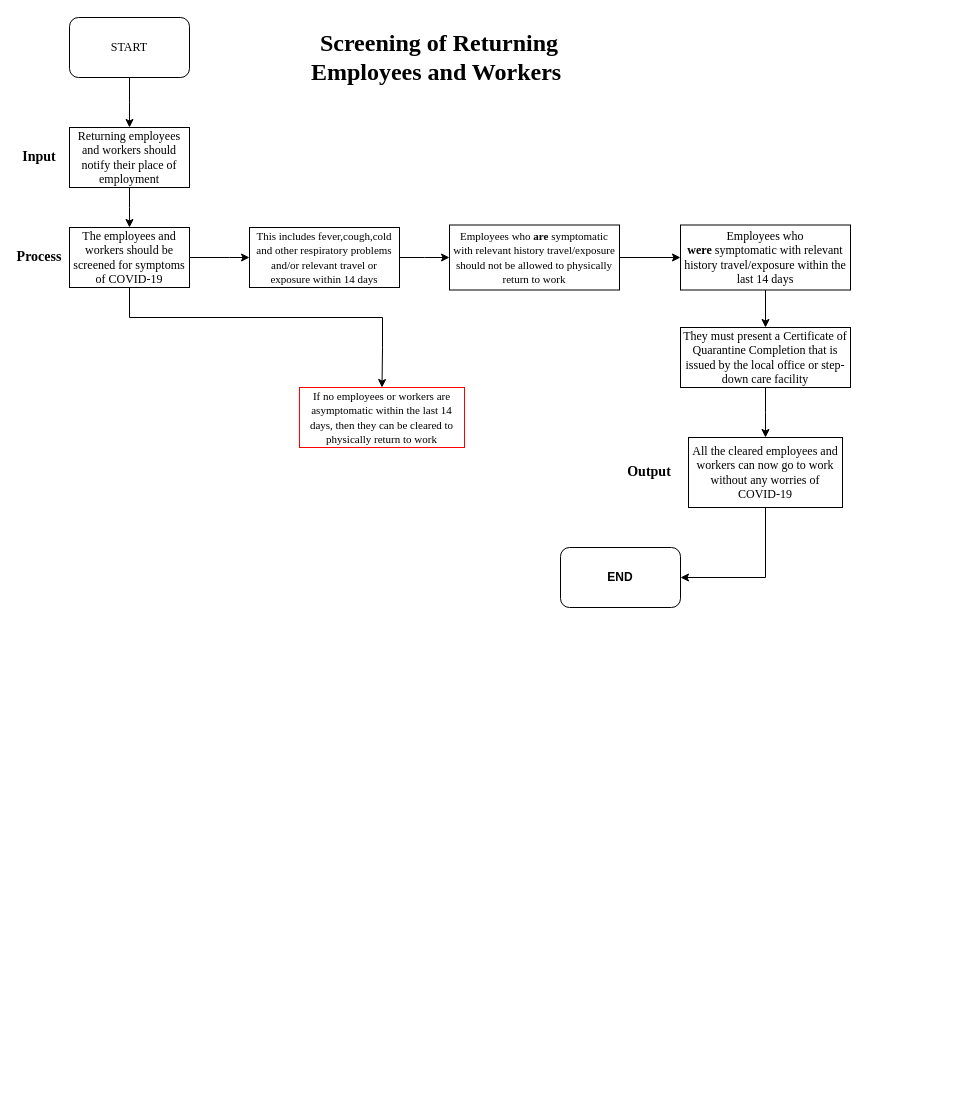
This is BPDM - QUIZ 2.drawio from garett09/SourceCodes, a draw.io file, before an edit. Source tidied: cells renumbered, new cells numbered last; positions are measured from the earlier drawing's top-left corner, leaving out a move shared by most shapes. Both pictures are drawn from the tidied source at 100%, with x=0, y=0 at pixel (19, 17).
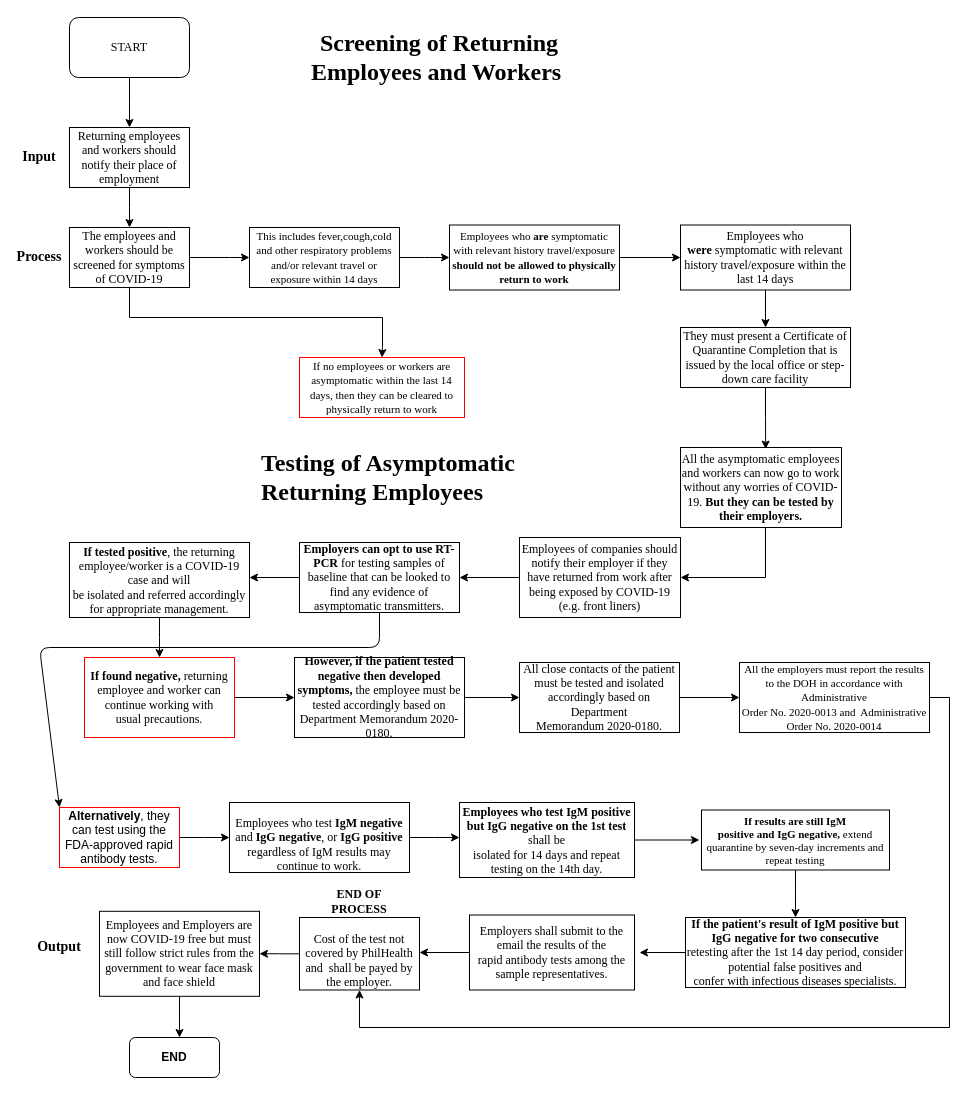
Above is the later version.

Unchanged cells that the change refers to:
```xml
<mxCell id="19" value="&lt;font face=&quot;Times New Roman&quot;&gt;They must present a Certificate of Quarantine Completion that is issued by the local office or step-down care facility&lt;/font&gt;" style="rounded=0;whiteSpace=wrap;html=1;" parent="1" vertex="1">
  <mxGeometry x="661" y="310" width="170" height="60" as="geometry" />
</mxCell>
```

What changed in the source:
```diff
@@
-    <mxCell id="14" value="&lt;font face=&quot;Times New Roman&quot; style=&quot;font-size: 11px&quot;&gt;Employees who &lt;b&gt;are &lt;/b&gt;symptomatic with relevant history travel/exposure should not be allowed to physically return to work&lt;/font&gt;" style="rounded=0;whiteSpace=wrap;html=1;" parent="1" vertex="1">
+    <mxCell id="14" value="&lt;font face=&quot;Times New Roman&quot; style=&quot;font-size: 11px&quot;&gt;Employees who &lt;b&gt;are &lt;/b&gt;symptomatic with relevant history travel/exposure &lt;b&gt;should not be allowed to physically return to work&lt;/b&gt;&lt;/font&gt;" style="rounded=0;whiteSpace=wrap;html=1;" parent="1" vertex="1">
       <mxGeometry x="430" y="207.5" width="170" height="65" as="geometry" />
     </mxCell>
     <mxCell id="15" value="&lt;font face=&quot;Times New Roman&quot;&gt;&lt;span style=&quot;font-size: 11px&quot;&gt;If no employees or workers are asymptomatic within the last 14 days, then they can be cleared to physically&amp;nbsp;return to work&lt;/span&gt;&lt;/font&gt;" style="rounded=0;whiteSpace=wrap;html=1;strokeColor=#FF0000;" parent="1" vertex="1">
-      <mxGeometry x="280" y="370" width="165" height="60" as="geometry" />
+      <mxGeometry x="280" y="340" width="165" height="60" as="geometry" />
     </mxCell>
@@
-    <mxCell id="18" style="edgeStyle=orthogonalEdgeStyle;rounded=0;jettySize=auto;html=1;" parent="1" edge="1" source="19">
-      <mxGeometry relative="1" as="geometry">
-        <mxPoint x="746" y="420" as="targetPoint" />
-      </mxGeometry>
+    <mxCell id="18" style="edgeStyle=orthogonalEdgeStyle;rounded=0;jettySize=auto;html=1;entryX=0.529;entryY=0.02;entryDx=0;entryDy=0;entryPerimeter=0;" parent="1" edge="1" source="19" target="21">
+      <mxGeometry relative="1" as="geometry" />
     </mxCell>
@@
-    <mxCell id="20" style="edgeStyle=orthogonalEdgeStyle;rounded=0;jettySize=auto;html=1;entryX=1;entryY=0.5;entryDx=0;entryDy=0;exitX=0.5;exitY=1;exitDx=0;exitDy=0;" parent="1" edge="1" source="21" target="24">
+    <mxCell id="20" style="edgeStyle=orthogonalEdgeStyle;rounded=0;jettySize=auto;html=1;entryX=1;entryY=0.5;entryDx=0;entryDy=0;exitX=0.5;exitY=1;exitDx=0;exitDy=0;" parent="1" edge="1" source="21">
       <mxGeometry relative="1" as="geometry">
+        <mxPoint x="661" y="560" as="targetPoint" />
         <Array as="points">
           <mxPoint x="746" y="560" />
         </Array>
       </mxGeometry>
     </mxCell>
-    <mxCell id="21" value="&lt;font face=&quot;Times New Roman&quot;&gt;All the cleared employees and workers can now go to work without any worries of COVID-19&lt;/font&gt;" style="rounded=0;whiteSpace=wrap;html=1;strokeColor=#000000;" parent="1" vertex="1">
-      <mxGeometry x="669" y="420" width="154" height="70" as="geometry" />
+    <mxCell id="21" value="&lt;font face=&quot;Times New Roman&quot;&gt;All the asymptomatic employees and workers can now go to work without any worries of COVID-19. &lt;b&gt;But they can be tested by their employers.&lt;/b&gt;&lt;/font&gt;" style="rounded=0;whiteSpace=wrap;html=1;strokeColor=#000000;" parent="1" vertex="1">
+      <mxGeometry x="661" y="430" width="161" height="80" as="geometry" />
     </mxCell>
+    <mxCell id="23" value="&lt;font face=&quot;Times New Roman&quot; style=&quot;font-size: 24px&quot;&gt;&lt;b&gt;Screening of Returning Employees and Workers&amp;nbsp;&lt;/b&gt;&lt;/font&gt;" style="text;html=1;strokeColor=none;fillColor=none;align=center;verticalAlign=middle;whiteSpace=wrap;rounded=0;" parent="1" vertex="1">
+      <mxGeometry x="280" y="10" width="280" height="60" as="geometry" />
+    </mxCell>
+    <mxCell id="25" style="edgeStyle=orthogonalEdgeStyle;rounded=0;jettySize=auto;html=1;" parent="1" edge="1" source="26">
+      <mxGeometry relative="1" as="geometry">
+        <mxPoint x="440" y="560" as="targetPoint" />
+      </mxGeometry>
+    </mxCell>
+    <mxCell id="26" value="&lt;div&gt;&lt;font face=&quot;Times New Roman&quot;&gt;Employees of companies should notify their employer if they have returned from work after being exposed by COVID-19 (e.g. front liners)&lt;/font&gt;&lt;/div&gt;" style="rounded=0;whiteSpace=wrap;html=1;" parent="1" vertex="1">
+      <mxGeometry x="500" y="520" width="161" height="80" as="geometry" />
+    </mxCell>
+    <mxCell id="27" style="edgeStyle=orthogonalEdgeStyle;rounded=0;jettySize=auto;html=1;" parent="1" edge="1" source="28">
+      <mxGeometry relative="1" as="geometry">
+        <mxPoint x="230" y="560" as="targetPoint" />
+      </mxGeometry>
+    </mxCell>
+    <mxCell id="28" value="&lt;font face=&quot;Times New Roman&quot;&gt;&lt;b&gt;Employers can opt to use RT-PCR&lt;/b&gt; for testing samples of baseline that can be looked to find any evidence of asymptomatic transmitters.&lt;/font&gt;" style="rounded=0;whiteSpace=wrap;html=1;" parent="1" vertex="1">
+      <mxGeometry x="280" y="525" width="160" height="70" as="geometry" />
+    </mxCell>
+    <mxCell id="29" style="edgeStyle=orthogonalEdgeStyle;rounded=0;jettySize=auto;html=1;" parent="1" edge="1" source="30">
+      <mxGeometry relative="1" as="geometry">
+        <mxPoint x="140" y="640" as="targetPoint" />
+      </mxGeometry>
+    </mxCell>
+    <mxCell id="30" value="&lt;font face=&quot;Times New Roman&quot;&gt;&lt;b&gt;If tested positive&lt;/b&gt;, the returning employee/worker is a COVID-19 case and will&lt;br&gt;be isolated and referred accordingly for appropriate management.&lt;/font&gt;" style="rounded=0;whiteSpace=wrap;html=1;" parent="1" vertex="1">
+      <mxGeometry x="50" y="525" width="180" height="75" as="geometry" />
+    </mxCell>
+    <mxCell id="31" value="&lt;span id=&quot;docs-internal-guid-5534675c-7fff-ef3a-bbd4-9b47796d8a71&quot;&gt;&lt;p dir=&quot;ltr&quot; style=&quot;line-height: 1.2 ; margin-top: 0pt ; margin-bottom: 0pt&quot;&gt;&lt;span style=&quot;font-family: &amp;#34;times new roman&amp;#34; ; background-color: transparent ; font-weight: 700 ; vertical-align: baseline&quot;&gt;&lt;font style=&quot;font-size: 24px&quot;&gt;Testing of Asymptomatic Returning Employees&lt;/font&gt;&lt;/span&gt;&lt;/p&gt;&lt;div&gt;&lt;span style=&quot;font-size: 12pt ; font-family: &amp;#34;times new roman&amp;#34; ; background-color: transparent ; font-weight: 700 ; vertical-align: baseline&quot;&gt;&lt;br&gt;&lt;/span&gt;&lt;/div&gt;&lt;/span&gt;" style="text;whiteSpace=wrap;html=1;" parent="1" vertex="1">
+      <mxGeometry x="240" y="425" width="305" height="30" as="geometry" />
+    </mxCell>
+    <mxCell id="32" style="edgeStyle=orthogonalEdgeStyle;rounded=0;jettySize=auto;html=1;" parent="1" edge="1" source="33">
+      <mxGeometry relative="1" as="geometry">
+        <mxPoint x="210" y="820" as="targetPoint" />
+      </mxGeometry>
+    </mxCell>
+    <mxCell id="33" value="&lt;b&gt;Alternatively&lt;/b&gt;, they can test using the FDA-approved rapid antibody tests." style="rounded=0;whiteSpace=wrap;html=1;strokeColor=#FF0000;" parent="1" vertex="1">
+      <mxGeometry x="40" y="790" width="120" height="60" as="geometry" />
+    </mxCell>
+    <mxCell id="34" style="edgeStyle=orthogonalEdgeStyle;rounded=0;jettySize=auto;html=1;entryX=0;entryY=0.5;entryDx=0;entryDy=0;" parent="1" edge="1" source="35" target="37">
+      <mxGeometry relative="1" as="geometry" />
+    </mxCell>
+    <mxCell id="35" value="&lt;font face=&quot;Times New Roman&quot;&gt;&lt;b&gt;If found negative,&lt;/b&gt; returning employee and worker can continue working with&lt;br&gt;usual precautions.&lt;/font&gt;" style="rounded=0;whiteSpace=wrap;html=1;strokeColor=#FF0000;" parent="1" vertex="1">
+      <mxGeometry x="65" y="640" width="150" height="80" as="geometry" />
+    </mxCell>
+    <mxCell id="36" style="edgeStyle=orthogonalEdgeStyle;rounded=0;jettySize=auto;html=1;entryX=0;entryY=0.5;entryDx=0;entryDy=0;" parent="1" edge="1" source="37" target="39">
+      <mxGeometry relative="1" as="geometry" />
+    </mxCell>
+    <mxCell id="37" value="&lt;font face=&quot;Times New Roman&quot;&gt;&lt;b&gt;However, if the patient tested negative then developed symptoms,&lt;/b&gt;&amp;nbsp;the employee must be&lt;br&gt;tested accordingly based on Department Memorandum 2020-0180.&lt;/font&gt;" style="rounded=0;whiteSpace=wrap;html=1;" parent="1" vertex="1">
+      <mxGeometry x="275" y="640" width="170" height="80" as="geometry" />
+    </mxCell>
+    <mxCell id="38" style="edgeStyle=orthogonalEdgeStyle;rounded=0;jettySize=auto;html=1;entryX=0;entryY=0.5;entryDx=0;entryDy=0;" parent="1" edge="1" source="39" target="41">
+      <mxGeometry relative="1" as="geometry" />
+    </mxCell>
+    <mxCell id="39" value="&lt;font face=&quot;Times New Roman&quot;&gt;All close contacts of the patient must be tested and isolated accordingly&amp;nbsp;based on Department&lt;br/&gt;Memorandum 2020-0180.&lt;/font&gt;" style="rounded=0;whiteSpace=wrap;html=1;" parent="1" vertex="1">
+      <mxGeometry x="500" y="645" width="160" height="70" as="geometry" />
+    </mxCell>
+    <mxCell id="40" style="edgeStyle=orthogonalEdgeStyle;rounded=0;jettySize=auto;html=1;exitX=1;exitY=0.5;exitDx=0;exitDy=0;" parent="1" edge="1" source="41" target="54">
+      <mxGeometry relative="1" as="geometry">
+        <Array as="points">
+          <mxPoint x="930" y="680" />
+          <mxPoint x="930" y="1010" />
+          <mxPoint x="340" y="1010" />
+        </Array>
+      </mxGeometry>
+    </mxCell>
+    <mxCell id="41" value="&lt;font style=&quot;font-size: 11px&quot; face=&quot;Times New Roman&quot;&gt;All the employers must report the results to the DOH&amp;nbsp;in accordance with Administrative&lt;br&gt;Order No. 2020-0013 and&amp;nbsp; Administrative Order No. 2020-0014&lt;/font&gt;" style="rounded=0;whiteSpace=wrap;html=1;align=center;" parent="1" vertex="1">
+      <mxGeometry x="720" y="645" width="190" height="70" as="geometry" />
+    </mxCell>
+    <mxCell id="42" style="endArrow=classic;html=1;exitX=0.5;exitY=1;exitDx=0;exitDy=0;entryX=0;entryY=0;entryDx=0;entryDy=0;" parent="1" edge="1" source="28" target="33">
+      <mxGeometry relative="1" as="geometry">
+        <Array as="points">
+          <mxPoint x="360" y="630" />
+          <mxPoint x="20" y="630" />
+        </Array>
+      </mxGeometry>
+    </mxCell>
+    <mxCell id="43" style="edgeStyle=orthogonalEdgeStyle;rounded=0;jettySize=auto;html=1;" parent="1" edge="1" source="44">
+      <mxGeometry relative="1" as="geometry">
+        <mxPoint x="440" y="820" as="targetPoint" />
+      </mxGeometry>
+    </mxCell>
+    <mxCell id="44" value="&lt;font face=&quot;Times New Roman&quot; style=&quot;font-size: 12px&quot;&gt;&lt;br&gt;&lt;br&gt;Employees who test &lt;b&gt;IgM negative&lt;/b&gt; and &lt;b&gt;IgG negative&lt;/b&gt;, or &lt;b&gt;IgG positive&lt;/b&gt;&lt;br&gt;regardless of IgM results may continue to work.&lt;br&gt;&lt;br&gt;&lt;/font&gt;" style="rounded=0;whiteSpace=wrap;html=1;" parent="1" vertex="1">
+      <mxGeometry x="210" y="785" width="180" height="70" as="geometry" />
+    </mxCell>
+    <mxCell id="45" style="edgeStyle=orthogonalEdgeStyle;rounded=0;jettySize=auto;html=1;" parent="1" edge="1" source="46">
+      <mxGeometry relative="1" as="geometry">
+        <mxPoint x="680" y="822.5" as="targetPoint" />
+      </mxGeometry>
+    </mxCell>
+    <mxCell id="46" value="&lt;font face=&quot;Times New Roman&quot;&gt;&lt;b&gt;Employees who test IgM positive but IgG negative on the 1st test &lt;/b&gt;shall be&lt;br&gt;isolated for 14 days and repeat testing on the 14th day.&lt;/font&gt;" style="rounded=0;whiteSpace=wrap;html=1;strokeColor=#000000;" parent="1" vertex="1">
+      <mxGeometry x="440" y="785" width="175" height="75" as="geometry" />
+    </mxCell>
+    <mxCell id="47" style="edgeStyle=orthogonalEdgeStyle;rounded=0;jettySize=auto;html=1;" parent="1" edge="1" source="48">
+      <mxGeometry relative="1" as="geometry">
+        <mxPoint x="776" y="900" as="targetPoint" />
+      </mxGeometry>
+    </mxCell>
+    <mxCell id="48" value="&lt;div&gt;&lt;b&gt;&lt;span style=&quot;font-size: 11px ; font-family: &amp;#34;times new roman&amp;#34;&quot;&gt;If results are still IgM&lt;/span&gt;&lt;br&gt;&lt;/b&gt;&lt;/div&gt;&lt;font face=&quot;Times New Roman&quot;&gt;&lt;font style=&quot;font-size: 11px&quot;&gt;&lt;div&gt;&lt;b&gt;positive and IgG negative,&lt;/b&gt; extend quarantine by seven-day increments and&lt;/div&gt;&lt;div&gt;&lt;span&gt;repeat testing&lt;/span&gt;&lt;/div&gt;&lt;/font&gt;&lt;/font&gt;" style="rounded=0;whiteSpace=wrap;html=1;strokeColor=#000000;align=center;" parent="1" vertex="1">
+      <mxGeometry x="682" y="792.5" width="188" height="60" as="geometry" />
+    </mxCell>
+    <mxCell id="49" style="edgeStyle=orthogonalEdgeStyle;rounded=0;jettySize=auto;html=1;" parent="1" edge="1" source="50">
+      <mxGeometry relative="1" as="geometry">
+        <mxPoint x="620" y="935" as="targetPoint" />
+      </mxGeometry>
+    </mxCell>
+    <mxCell id="50" value="&lt;font face=&quot;Times New Roman&quot;&gt;&lt;b&gt;If the patient's&amp;nbsp;result of IgM positive but IgG negative for two consecutive&lt;/b&gt;&lt;br&gt;retesting&amp;nbsp;after the 1st 14 day period, consider potential false positives and&lt;br&gt;confer with infectious diseases specialists.&lt;/font&gt;" style="rounded=0;whiteSpace=wrap;html=1;strokeColor=#000000;" parent="1" vertex="1">
+      <mxGeometry x="666" y="900" width="220" height="70" as="geometry" />
+    </mxCell>
+    <mxCell id="51" style="edgeStyle=orthogonalEdgeStyle;rounded=0;jettySize=auto;html=1;" parent="1" edge="1" source="52">
+      <mxGeometry relative="1" as="geometry">
+        <mxPoint x="400" y="935" as="targetPoint" />
+      </mxGeometry>
+    </mxCell>
+    <mxCell id="52" value="&lt;font face=&quot;Times New Roman&quot;&gt;Employers shall submit to the email the results of the&lt;br&gt;rapid antibody tests&amp;nbsp;among the sample representatives.&lt;/font&gt;" style="rounded=0;whiteSpace=wrap;html=1;strokeColor=#000000;" parent="1" vertex="1">
+      <mxGeometry x="450" y="897.5" width="165" height="75" as="geometry" />
+    </mxCell>
+    <mxCell id="53" style="edgeStyle=orthogonalEdgeStyle;rounded=0;jettySize=auto;html=1;" parent="1" edge="1" source="54">
+      <mxGeometry relative="1" as="geometry">
+        <mxPoint x="240" y="936.2" as="targetPoint" />
+      </mxGeometry>
+    </mxCell>
+    <mxCell id="54" value="&lt;font face=&quot;Times New Roman&quot;&gt;&lt;br&gt;&lt;br&gt;Cost of the test not covered by PhilHealth and&amp;nbsp; shall be payed by the employer.&lt;br&gt;&lt;br&gt;&lt;/font&gt;" style="rounded=0;whiteSpace=wrap;html=1;strokeColor=#000000;" parent="1" vertex="1">
+      <mxGeometry x="280" y="900" width="120" height="72.5" as="geometry" />
+    </mxCell>
+    <mxCell id="55" style="edgeStyle=orthogonalEdgeStyle;rounded=0;jettySize=auto;html=1;" parent="1" edge="1" source="56">
+      <mxGeometry relative="1" as="geometry">
+        <mxPoint x="160" y="1020" as="targetPoint" />
+      </mxGeometry>
+    </mxCell>
+    <mxCell id="56" value="&lt;font face=&quot;Times New Roman&quot;&gt;Employees and Employers are now COVID-19 free but must still follow strict rules from the government to wear face mask and face shield&lt;/font&gt;" style="rounded=0;whiteSpace=wrap;html=1;strokeColor=#000000;" parent="1" vertex="1">
+      <mxGeometry x="80" y="893.8" width="160" height="85" as="geometry" />
+    </mxCell>
     <mxCell id="22" value="&lt;font face=&quot;Times New Roman&quot; style=&quot;font-size: 14px&quot;&gt;Output&lt;/font&gt;" style="text;html=1;strokeColor=none;fillColor=none;align=center;verticalAlign=middle;whiteSpace=wrap;rounded=0;fontStyle=1;" parent="1" vertex="1">
-      <mxGeometry x="610" y="445" width="40" height="20" as="geometry" />
+      <mxGeometry x="20" y="920" width="40" height="20" as="geometry" />
     </mxCell>
-    <mxCell id="23" value="&lt;font face=&quot;Times New Roman&quot; style=&quot;font-size: 24px&quot;&gt;&lt;b&gt;Screening of Returning Employees and Workers&amp;nbsp;&lt;/b&gt;&lt;/font&gt;" style="text;html=1;strokeColor=none;fillColor=none;align=center;verticalAlign=middle;whiteSpace=wrap;rounded=0;" parent="1" vertex="1">
-      <mxGeometry x="280" y="10" width="280" height="60" as="geometry" />
-    </mxCell>
     <mxCell id="24" value="&lt;b&gt;END&lt;/b&gt;" style="rounded=1;whiteSpace=wrap;html=1;strokeColor=#000000;" parent="1" vertex="1">
-      <mxGeometry x="541" y="530" width="120" height="60" as="geometry" />
+      <mxGeometry x="110" y="1020" width="90" height="40" as="geometry" />
     </mxCell>
+    <mxCell id="57" value="&lt;font face=&quot;Times New Roman&quot; style=&quot;font-size: 12px&quot;&gt;END OF PROCESS&lt;/font&gt;" style="text;html=1;strokeColor=none;fillColor=none;align=center;verticalAlign=middle;whiteSpace=wrap;rounded=0;fontStyle=1;" parent="1" vertex="1">
+      <mxGeometry x="300" y="873.8" width="80" height="20" as="geometry" />
+    </mxCell>
```
